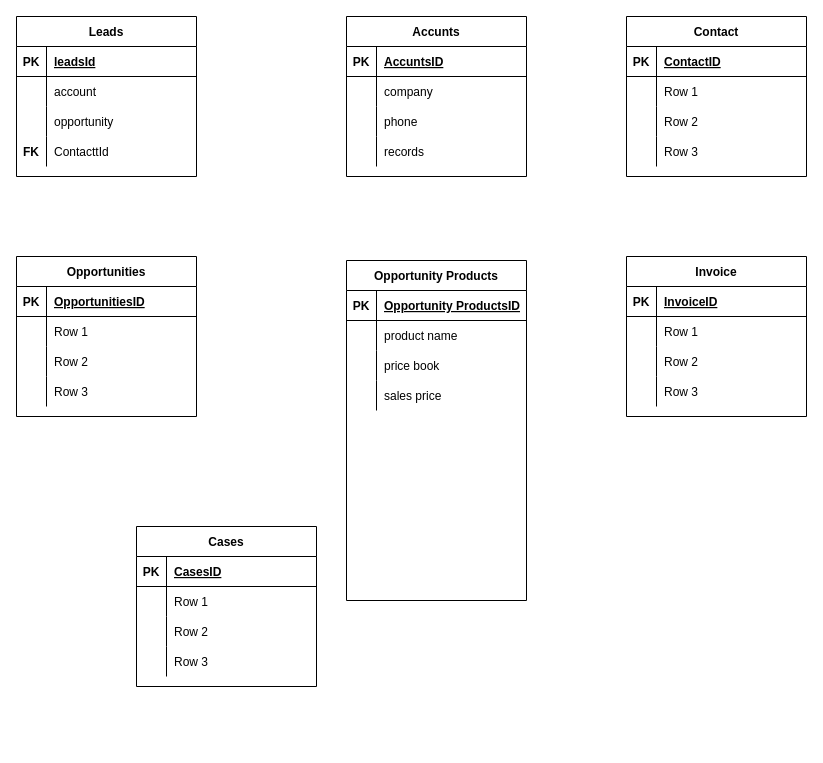
ransht/weather keeps this draw.io diagram as Untitled Diagram.drawio. Above is the earlier version. Source tidied: cells renumbered, new cells numbered last; positions are measured from the earlier drawing's top-left corner, leaving out a move shared by most shapes. Both pictures are drawn from the tidied source at 100%, with x=0, y=0 at pixel (16, 16).
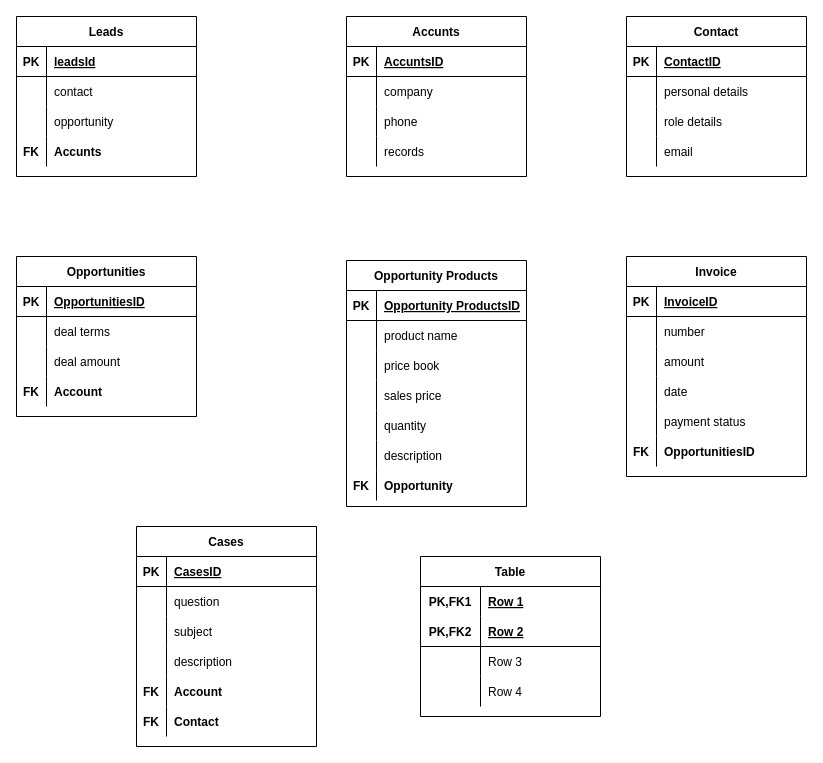
After the change.

Unchanged cells that the change refers to:
```xml
<mxCell id="6" style="shape=tableRow;horizontal=0;startSize=0;swimlaneHead=0;swimlaneBody=0;fillColor=none;top=0;left=0;right=0;bottom=0;" parent="2" vertex="1">
  <mxGeometry y="60" width="180" height="30" as="geometry" />
</mxCell>
<mxCell id="12" style="shape=tableRow;horizontal=0;startSize=0;swimlaneHead=0;swimlaneBody=0;fillColor=none;top=0;left=0;right=0;bottom=0;" parent="2" vertex="1">
  <mxGeometry y="120" width="180" height="30" as="geometry" />
</mxCell>
<mxCell id="15" value="Opportunities" style="shape=table;startSize=30;childLayout=tableLayout;rowLines=0;fontStyle=1;align=center;" parent="1" vertex="1">
  <mxGeometry y="240" width="180" height="160" as="geometry" />
</mxCell>
<mxCell id="19" style="shape=tableRow;horizontal=0;startSize=0;swimlaneHead=0;swimlaneBody=0;fillColor=none;top=0;left=0;right=0;bottom=0;" parent="15" vertex="1">
  <mxGeometry y="60" width="180" height="30" as="geometry" />
</mxCell>
<mxCell id="22" style="shape=tableRow;horizontal=0;startSize=0;swimlaneHead=0;swimlaneBody=0;fillColor=none;top=0;left=0;right=0;bottom=0;" parent="15" vertex="1">
  <mxGeometry y="90" width="180" height="30" as="geometry" />
</mxCell>
<mxCell id="46" style="shape=tableRow;horizontal=0;startSize=0;swimlaneHead=0;swimlaneBody=0;fillColor=none;top=0;left=0;right=0;bottom=0;" parent="42" vertex="1">
  <mxGeometry y="60" width="180" height="30" as="geometry" />
</mxCell>
<mxCell id="49" style="shape=tableRow;horizontal=0;startSize=0;swimlaneHead=0;swimlaneBody=0;fillColor=none;top=0;left=0;right=0;bottom=0;" parent="42" vertex="1">
  <mxGeometry y="90" width="180" height="30" as="geometry" />
</mxCell>
<mxCell id="52" style="shape=tableRow;horizontal=0;startSize=0;swimlaneHead=0;swimlaneBody=0;fillColor=none;top=0;left=0;right=0;bottom=0;" parent="42" vertex="1">
  <mxGeometry y="120" width="180" height="30" as="geometry" />
</mxCell>
<mxCell id="59" style="shape=tableRow;horizontal=0;startSize=0;swimlaneHead=0;swimlaneBody=0;fillColor=none;top=0;left=0;right=0;bottom=0;" parent="55" vertex="1">
  <mxGeometry y="60" width="180" height="30" as="geometry" />
</mxCell>
<mxCell id="62" style="shape=tableRow;horizontal=0;startSize=0;swimlaneHead=0;swimlaneBody=0;fillColor=none;top=0;left=0;right=0;bottom=0;" parent="55" vertex="1">
  <mxGeometry y="90" width="180" height="30" as="geometry" />
</mxCell>
<mxCell id="65" style="shape=tableRow;horizontal=0;startSize=0;swimlaneHead=0;swimlaneBody=0;fillColor=none;top=0;left=0;right=0;bottom=0;" parent="55" vertex="1">
  <mxGeometry y="120" width="180" height="30" as="geometry" />
</mxCell>
<mxCell id="85" style="shape=tableRow;horizontal=0;startSize=0;swimlaneHead=0;swimlaneBody=0;fillColor=none;top=0;left=0;right=0;bottom=0;" parent="81" vertex="1">
  <mxGeometry y="60" width="180" height="30" as="geometry" />
</mxCell>
<mxCell id="88" style="shape=tableRow;horizontal=0;startSize=0;swimlaneHead=0;swimlaneBody=0;fillColor=none;top=0;left=0;right=0;bottom=0;" parent="81" vertex="1">
  <mxGeometry y="90" width="180" height="30" as="geometry" />
</mxCell>
<mxCell id="91" style="shape=tableRow;horizontal=0;startSize=0;swimlaneHead=0;swimlaneBody=0;fillColor=none;top=0;left=0;right=0;bottom=0;" parent="81" vertex="1">
  <mxGeometry y="120" width="180" height="30" as="geometry" />
</mxCell>
```

The edit, as a diff of the source:
```diff
@@
-    <mxCell id="8" value="account" style="shape=partialRectangle;fillColor=none;top=0;left=0;bottom=0;right=0;align=left;spacingLeft=6;overflow=hidden;" parent="6" vertex="1">
+    <mxCell id="8" value="contact" style="shape=partialRectangle;fillColor=none;top=0;left=0;bottom=0;right=0;align=left;spacingLeft=6;overflow=hidden;" parent="6" vertex="1">
       <mxGeometry x="30" width="150" height="30" as="geometry" />
     </mxCell>
@@
-    <mxCell id="14" value="ContacttId" style="shape=partialRectangle;fillColor=none;top=0;left=0;bottom=0;right=0;align=left;spacingLeft=6;overflow=hidden;" parent="12" vertex="1">
+    <mxCell id="14" value="Accunts" style="shape=partialRectangle;fillColor=none;top=0;left=0;bottom=0;right=0;align=left;spacingLeft=6;overflow=hidden;fontStyle=1;" parent="12" vertex="1">
       <mxGeometry x="30" width="150" height="30" as="geometry" />
     </mxCell>
@@
-    <mxCell id="21" value="Row 1" style="shape=partialRectangle;fillColor=none;top=0;left=0;bottom=0;right=0;align=left;spacingLeft=6;overflow=hidden;" parent="19" vertex="1">
+    <mxCell id="21" value="deal terms" style="shape=partialRectangle;fillColor=none;top=0;left=0;bottom=0;right=0;align=left;spacingLeft=6;overflow=hidden;" parent="19" vertex="1">
       <mxGeometry x="30" width="150" height="30" as="geometry" />
     </mxCell>
@@
-    <mxCell id="24" value="Row 2" style="shape=partialRectangle;fillColor=none;top=0;left=0;bottom=0;right=0;align=left;spacingLeft=6;overflow=hidden;" parent="22" vertex="1">
+    <mxCell id="24" value="deal amount" style="shape=partialRectangle;fillColor=none;top=0;left=0;bottom=0;right=0;align=left;spacingLeft=6;overflow=hidden;" parent="22" vertex="1">
       <mxGeometry x="30" width="150" height="30" as="geometry" />
     </mxCell>
-    <mxCell id="25" style="shape=tableRow;horizontal=0;startSize=0;swimlaneHead=0;swimlaneBody=0;fillColor=none;top=0;left=0;right=0;bottom=0;" parent="15" vertex="1">
+    <mxCell id="25" style="shape=tableRow;horizontal=0;startSize=0;swimlaneHead=0;swimlaneBody=0;fillColor=none;top=0;left=0;right=0;bottom=0;fontStyle=0;" parent="15" vertex="1">
       <mxGeometry y="120" width="180" height="30" as="geometry" />
     </mxCell>
-    <mxCell id="26" style="shape=partialRectangle;fillColor=none;top=0;left=0;bottom=0;right=0;overflow=hidden;" parent="25" vertex="1">
+    <mxCell id="26" value="FK" style="shape=partialRectangle;fillColor=none;top=0;left=0;bottom=0;right=0;overflow=hidden;fontStyle=1;" parent="25" vertex="1">
       <mxGeometry width="30" height="30" as="geometry" />
     </mxCell>
-    <mxCell id="27" value="Row 3" style="shape=partialRectangle;fillColor=none;top=0;left=0;bottom=0;right=0;align=left;spacingLeft=6;overflow=hidden;" parent="25" vertex="1">
+    <mxCell id="27" value="Account" style="shape=partialRectangle;fillColor=none;top=0;left=0;bottom=0;right=0;align=left;spacingLeft=6;overflow=hidden;fontStyle=1;" parent="25" vertex="1">
       <mxGeometry x="30" width="150" height="30" as="geometry" />
     </mxCell>
@@
     <mxCell id="29" value="Opportunity Products" style="shape=table;startSize=30;childLayout=tableLayout;rowLines=0;fontStyle=1;align=center;" parent="1" vertex="1">
-      <mxGeometry x="330" y="244" width="180" height="340" as="geometry" />
+      <mxGeometry x="330" y="244" width="180" height="246" as="geometry" />
     </mxCell>
@@
+    <mxCell id="94" style="shape=tableRow;horizontal=0;startSize=0;swimlaneHead=0;swimlaneBody=0;fillColor=none;top=0;left=0;right=0;bottom=0;" parent="29" vertex="1">
+      <mxGeometry y="150" width="180" height="30" as="geometry" />
+    </mxCell>
+    <mxCell id="95" style="shape=partialRectangle;fillColor=none;top=0;left=0;bottom=0;right=0;overflow=hidden;" parent="94" vertex="1">
+      <mxGeometry width="30" height="30" as="geometry" />
+    </mxCell>
+    <mxCell id="96" value="quantity" style="shape=partialRectangle;fillColor=none;top=0;left=0;bottom=0;right=0;align=left;spacingLeft=6;overflow=hidden;" parent="94" vertex="1">
+      <mxGeometry x="30" width="150" height="30" as="geometry" />
+    </mxCell>
+    <mxCell id="97" style="shape=tableRow;horizontal=0;startSize=0;swimlaneHead=0;swimlaneBody=0;fillColor=none;top=0;left=0;right=0;bottom=0;" parent="29" vertex="1">
+      <mxGeometry y="180" width="180" height="30" as="geometry" />
+    </mxCell>
+    <mxCell id="98" style="shape=partialRectangle;fillColor=none;top=0;left=0;bottom=0;right=0;overflow=hidden;" parent="97" vertex="1">
+      <mxGeometry width="30" height="30" as="geometry" />
+    </mxCell>
+    <mxCell id="99" value="description" style="shape=partialRectangle;fillColor=none;top=0;left=0;bottom=0;right=0;align=left;spacingLeft=6;overflow=hidden;" parent="97" vertex="1">
+      <mxGeometry x="30" width="150" height="30" as="geometry" />
+    </mxCell>
+    <mxCell id="100" style="shape=tableRow;horizontal=0;startSize=0;swimlaneHead=0;swimlaneBody=0;fillColor=none;top=0;left=0;right=0;bottom=0;fontStyle=1;" parent="29" vertex="1">
+      <mxGeometry y="210" width="180" height="30" as="geometry" />
+    </mxCell>
+    <mxCell id="101" value="FK" style="shape=partialRectangle;fillColor=none;top=0;left=0;bottom=0;right=0;overflow=hidden;fontStyle=1;" parent="100" vertex="1">
+      <mxGeometry width="30" height="30" as="geometry" />
+    </mxCell>
+    <mxCell id="102" value="Opportunity" style="shape=partialRectangle;fillColor=none;top=0;left=0;bottom=0;right=0;align=left;spacingLeft=6;overflow=hidden;fontStyle=1;" parent="100" vertex="1">
+      <mxGeometry x="30" width="150" height="30" as="geometry" />
+    </mxCell>
@@
-    <mxCell id="48" value="Row 1" style="shape=partialRectangle;fillColor=none;top=0;left=0;bottom=0;right=0;align=left;spacingLeft=6;overflow=hidden;" parent="46" vertex="1">
+    <mxCell id="48" value="personal details" style="shape=partialRectangle;fillColor=none;top=0;left=0;bottom=0;right=0;align=left;spacingLeft=6;overflow=hidden;" parent="46" vertex="1">
       <mxGeometry x="30" width="150" height="30" as="geometry" />
     </mxCell>
@@
-    <mxCell id="51" value="Row 2" style="shape=partialRectangle;fillColor=none;top=0;left=0;bottom=0;right=0;align=left;spacingLeft=6;overflow=hidden;" parent="49" vertex="1">
+    <mxCell id="51" value="role details" style="shape=partialRectangle;fillColor=none;top=0;left=0;bottom=0;right=0;align=left;spacingLeft=6;overflow=hidden;" parent="49" vertex="1">
       <mxGeometry x="30" width="150" height="30" as="geometry" />
     </mxCell>
@@
-    <mxCell id="54" value="Row 3" style="shape=partialRectangle;fillColor=none;top=0;left=0;bottom=0;right=0;align=left;spacingLeft=6;overflow=hidden;" parent="52" vertex="1">
+    <mxCell id="54" value="email" style="shape=partialRectangle;fillColor=none;top=0;left=0;bottom=0;right=0;align=left;spacingLeft=6;overflow=hidden;" parent="52" vertex="1">
       <mxGeometry x="30" width="150" height="30" as="geometry" />
     </mxCell>
     <mxCell id="55" value="Cases" style="shape=table;startSize=30;childLayout=tableLayout;rowLines=0;fontStyle=1;align=center;" parent="1" vertex="1">
-      <mxGeometry x="120" y="510" width="180" height="160" as="geometry" />
+      <mxGeometry x="120" y="510" width="180" height="220" as="geometry" />
     </mxCell>
@@
-    <mxCell id="61" value="Row 1" style="shape=partialRectangle;fillColor=none;top=0;left=0;bottom=0;right=0;align=left;spacingLeft=6;overflow=hidden;" parent="59" vertex="1">
+    <mxCell id="61" value="question" style="shape=partialRectangle;fillColor=none;top=0;left=0;bottom=0;right=0;align=left;spacingLeft=6;overflow=hidden;" parent="59" vertex="1">
       <mxGeometry x="30" width="150" height="30" as="geometry" />
     </mxCell>
@@
-    <mxCell id="64" value="Row 2" style="shape=partialRectangle;fillColor=none;top=0;left=0;bottom=0;right=0;align=left;spacingLeft=6;overflow=hidden;" parent="62" vertex="1">
+    <mxCell id="64" value="subject" style="shape=partialRectangle;fillColor=none;top=0;left=0;bottom=0;right=0;align=left;spacingLeft=6;overflow=hidden;" parent="62" vertex="1">
       <mxGeometry x="30" width="150" height="30" as="geometry" />
     </mxCell>
@@
-    <mxCell id="67" value="Row 3" style="shape=partialRectangle;fillColor=none;top=0;left=0;bottom=0;right=0;align=left;spacingLeft=6;overflow=hidden;" parent="65" vertex="1">
+    <mxCell id="67" value="description" style="shape=partialRectangle;fillColor=none;top=0;left=0;bottom=0;right=0;align=left;spacingLeft=6;overflow=hidden;" parent="65" vertex="1">
       <mxGeometry x="30" width="150" height="30" as="geometry" />
     </mxCell>
+    <mxCell id="103" style="shape=tableRow;horizontal=0;startSize=0;swimlaneHead=0;swimlaneBody=0;fillColor=none;top=0;left=0;right=0;bottom=0;" parent="55" vertex="1">
+      <mxGeometry y="150" width="180" height="30" as="geometry" />
+    </mxCell>
+    <mxCell id="104" value="FK" style="shape=partialRectangle;fillColor=none;top=0;left=0;bottom=0;right=0;overflow=hidden;fontStyle=1;" parent="103" vertex="1">
+      <mxGeometry width="30" height="30" as="geometry" />
+    </mxCell>
+    <mxCell id="105" value="Account" style="shape=partialRectangle;fillColor=none;top=0;left=0;bottom=0;right=0;align=left;spacingLeft=6;overflow=hidden;fontStyle=1;" parent="103" vertex="1">
+      <mxGeometry x="30" width="150" height="30" as="geometry" />
+    </mxCell>
+    <mxCell id="106" style="shape=tableRow;horizontal=0;startSize=0;swimlaneHead=0;swimlaneBody=0;fillColor=none;top=0;left=0;right=0;bottom=0;" parent="55" vertex="1">
+      <mxGeometry y="180" width="180" height="30" as="geometry" />
+    </mxCell>
+    <mxCell id="107" value="FK" style="shape=partialRectangle;fillColor=none;top=0;left=0;bottom=0;right=0;overflow=hidden;fontStyle=1;" parent="106" vertex="1">
+      <mxGeometry width="30" height="30" as="geometry" />
+    </mxCell>
+    <mxCell id="108" value="Contact" style="shape=partialRectangle;fillColor=none;top=0;left=0;bottom=0;right=0;align=left;spacingLeft=6;overflow=hidden;fontStyle=1;" parent="106" vertex="1">
+      <mxGeometry x="30" width="150" height="30" as="geometry" />
+    </mxCell>
@@
     <mxCell id="81" value="Invoice" style="shape=table;startSize=30;childLayout=tableLayout;rowLines=0;fontStyle=1;align=center;" parent="1" vertex="1">
-      <mxGeometry x="610" y="240" width="180" height="160" as="geometry" />
+      <mxGeometry x="610" y="240" width="180" height="220" as="geometry" />
     </mxCell>
@@
-    <mxCell id="87" value="Row 1" style="shape=partialRectangle;fillColor=none;top=0;left=0;bottom=0;right=0;align=left;spacingLeft=6;overflow=hidden;" parent="85" vertex="1">
+    <mxCell id="87" value="number" style="shape=partialRectangle;fillColor=none;top=0;left=0;bottom=0;right=0;align=left;spacingLeft=6;overflow=hidden;" parent="85" vertex="1">
       <mxGeometry x="30" width="150" height="30" as="geometry" />
     </mxCell>
@@
-    <mxCell id="90" value="Row 2" style="shape=partialRectangle;fillColor=none;top=0;left=0;bottom=0;right=0;align=left;spacingLeft=6;overflow=hidden;" parent="88" vertex="1">
+    <mxCell id="90" value="amount" style="shape=partialRectangle;fillColor=none;top=0;left=0;bottom=0;right=0;align=left;spacingLeft=6;overflow=hidden;" parent="88" vertex="1">
       <mxGeometry x="30" width="150" height="30" as="geometry" />
     </mxCell>
@@
-    <mxCell id="92" style="shape=partialRectangle;fillColor=none;top=0;left=0;bottom=0;right=0;overflow=hidden;" parent="91" vertex="1">
+    <mxCell id="92" style="shape=partialRectangle;fillColor=none;top=0;left=0;bottom=0;right=0;overflow=hidden;fontStyle=1;" parent="91" vertex="1">
       <mxGeometry width="30" height="30" as="geometry" />
     </mxCell>
-    <mxCell id="93" value="Row 3" style="shape=partialRectangle;fillColor=none;top=0;left=0;bottom=0;right=0;align=left;spacingLeft=6;overflow=hidden;" parent="91" vertex="1">
+    <mxCell id="93" value="date" style="shape=partialRectangle;fillColor=none;top=0;left=0;bottom=0;right=0;align=left;spacingLeft=6;overflow=hidden;" parent="91" vertex="1">
       <mxGeometry x="30" width="150" height="30" as="geometry" />
     </mxCell>
+    <mxCell id="109" style="shape=tableRow;horizontal=0;startSize=0;swimlaneHead=0;swimlaneBody=0;fillColor=none;top=0;left=0;right=0;bottom=0;" parent="81" vertex="1">
+      <mxGeometry y="150" width="180" height="30" as="geometry" />
+    </mxCell>
+    <mxCell id="110" style="shape=partialRectangle;fillColor=none;top=0;left=0;bottom=0;right=0;overflow=hidden;" parent="109" vertex="1">
+      <mxGeometry width="30" height="30" as="geometry" />
+    </mxCell>
+    <mxCell id="111" value="payment status" style="shape=partialRectangle;fillColor=none;top=0;left=0;bottom=0;right=0;align=left;spacingLeft=6;overflow=hidden;" parent="109" vertex="1">
+      <mxGeometry x="30" width="150" height="30" as="geometry" />
+    </mxCell>
+    <mxCell id="112" style="shape=tableRow;horizontal=0;startSize=0;swimlaneHead=0;swimlaneBody=0;fillColor=none;top=0;left=0;right=0;bottom=0;" parent="81" vertex="1">
+      <mxGeometry y="180" width="180" height="30" as="geometry" />
+    </mxCell>
+    <mxCell id="113" value="FK" style="shape=partialRectangle;fillColor=none;top=0;left=0;bottom=0;right=0;overflow=hidden;fontStyle=1;" parent="112" vertex="1">
+      <mxGeometry width="30" height="30" as="geometry" />
+    </mxCell>
+    <mxCell id="114" value="OpportunitiesID" style="shape=partialRectangle;fillColor=none;top=0;left=0;bottom=0;right=0;align=left;spacingLeft=6;overflow=hidden;fontStyle=1;" parent="112" vertex="1">
+      <mxGeometry x="30" width="150" height="30" as="geometry" />
+    </mxCell>
+    <mxCell id="115" value="Table" style="shape=table;startSize=30;childLayout=tableLayout;rowLines=0;fontStyle=1;align=center;" parent="1" vertex="1">
+      <mxGeometry x="404" y="540" width="180" height="160" as="geometry" />
+    </mxCell>
+    <mxCell id="116" style="shape=tableRow;horizontal=0;startSize=0;swimlaneHead=0;swimlaneBody=0;fillColor=none;top=0;left=0;right=0;bottom=0;" parent="115" vertex="1">
+      <mxGeometry y="30" width="180" height="30" as="geometry" />
+    </mxCell>
+    <mxCell id="117" value="PK,FK1" style="shape=partialRectangle;fillColor=none;top=0;left=0;bottom=0;right=0;fontStyle=1;overflow=hidden;" parent="116" vertex="1">
+      <mxGeometry width="60" height="30" as="geometry" />
+    </mxCell>
+    <mxCell id="118" value="Row 1" style="shape=partialRectangle;fillColor=none;top=0;left=0;bottom=0;right=0;align=left;spacingLeft=6;fontStyle=5;overflow=hidden;" parent="116" vertex="1">
+      <mxGeometry x="60" width="120" height="30" as="geometry" />
+    </mxCell>
+    <mxCell id="119" style="shape=tableRow;horizontal=0;startSize=0;swimlaneHead=0;swimlaneBody=0;fillColor=none;top=0;left=0;right=0;bottom=1;" parent="115" vertex="1">
+      <mxGeometry y="60" width="180" height="30" as="geometry" />
+    </mxCell>
+    <mxCell id="120" value="PK,FK2" style="shape=partialRectangle;fillColor=none;top=0;left=0;bottom=0;right=0;fontStyle=1;overflow=hidden;" parent="119" vertex="1">
+      <mxGeometry width="60" height="30" as="geometry" />
+    </mxCell>
+    <mxCell id="121" value="Row 2" style="shape=partialRectangle;fillColor=none;top=0;left=0;bottom=0;right=0;align=left;spacingLeft=6;fontStyle=5;overflow=hidden;" parent="119" vertex="1">
+      <mxGeometry x="60" width="120" height="30" as="geometry" />
+    </mxCell>
+    <mxCell id="122" style="shape=tableRow;horizontal=0;startSize=0;swimlaneHead=0;swimlaneBody=0;fillColor=none;top=0;left=0;right=0;bottom=0;" parent="115" vertex="1">
+      <mxGeometry y="90" width="180" height="30" as="geometry" />
+    </mxCell>
+    <mxCell id="123" style="shape=partialRectangle;fillColor=none;top=0;left=0;bottom=0;right=0;overflow=hidden;" parent="122" vertex="1">
+      <mxGeometry width="60" height="30" as="geometry" />
+    </mxCell>
+    <mxCell id="124" value="Row 3" style="shape=partialRectangle;fillColor=none;top=0;left=0;bottom=0;right=0;align=left;spacingLeft=6;overflow=hidden;" parent="122" vertex="1">
+      <mxGeometry x="60" width="120" height="30" as="geometry" />
+    </mxCell>
+    <mxCell id="125" style="shape=tableRow;horizontal=0;startSize=0;swimlaneHead=0;swimlaneBody=0;fillColor=none;top=0;left=0;right=0;bottom=0;" parent="115" vertex="1">
+      <mxGeometry y="120" width="180" height="30" as="geometry" />
+    </mxCell>
+    <mxCell id="126" style="shape=partialRectangle;fillColor=none;top=0;left=0;bottom=0;right=0;overflow=hidden;" parent="125" vertex="1">
+      <mxGeometry width="60" height="30" as="geometry" />
+    </mxCell>
+    <mxCell id="127" value="Row 4" style="shape=partialRectangle;fillColor=none;top=0;left=0;bottom=0;right=0;align=left;spacingLeft=6;overflow=hidden;" parent="125" vertex="1">
+      <mxGeometry x="60" width="120" height="30" as="geometry" />
+    </mxCell>
```
